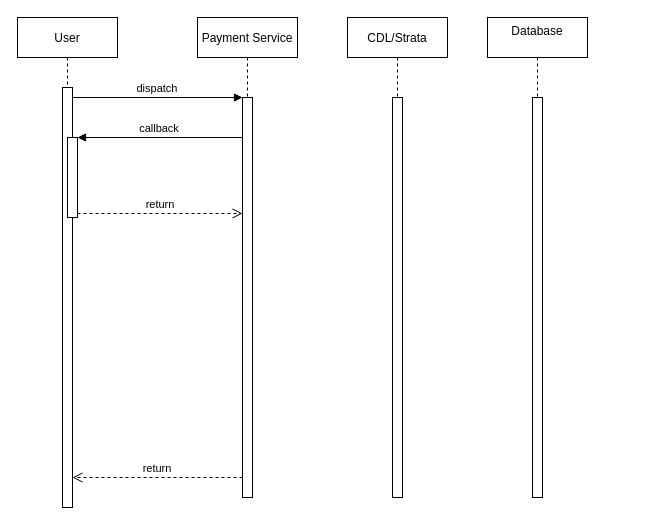
mickarena/airdrop keeps this draw.io diagram as Untitled Diagram.drawio. Above is the earlier version. Source tidied: cells renumbered, new cells numbered last; positions are measured from the earlier drawing's top-left corner, leaving out a move shared by most shapes. Both pictures are drawn from the tidied source at 100%, with x=0, y=0 at pixel (17, 17).
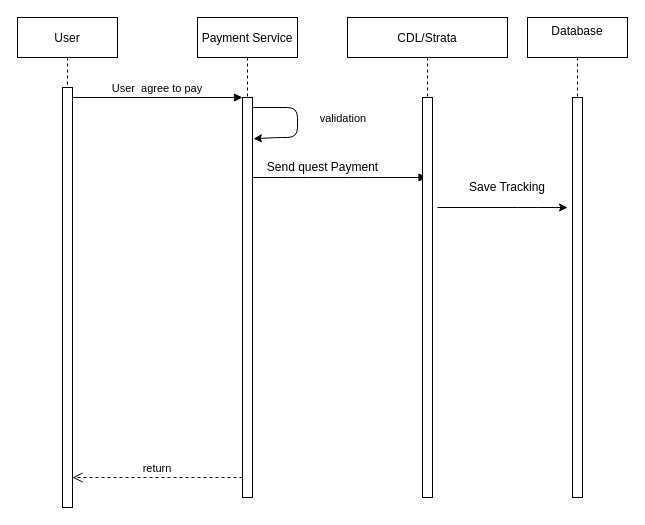
After the change.

Unchanged cells that the change refers to:
```xml
<mxCell id="2" value="User" style="shape=umlLifeline;perimeter=lifelinePerimeter;rounded=0;shadow=0;strokeWidth=1;" parent="1" vertex="1">
  <mxGeometry width="100" height="490" as="geometry" />
</mxCell>
<mxCell id="3" style="points=[];perimeter=orthogonalPerimeter;rounded=0;shadow=0;strokeWidth=1;" parent="2" vertex="1">
  <mxGeometry x="45" y="70" width="10" height="420" as="geometry" />
</mxCell>
<mxCell id="5" value="Payment Service" style="shape=umlLifeline;perimeter=lifelinePerimeter;rounded=0;shadow=0;strokeWidth=1;" parent="1" vertex="1">
  <mxGeometry x="180" width="100" height="480" as="geometry" />
</mxCell>
```

Change to the diagram source:
```diff
@@
-    <mxCell id="4" style="points=[];perimeter=orthogonalPerimeter;rounded=0;shadow=0;strokeWidth=1;" parent="2" vertex="1">
-      <mxGeometry x="50" y="120" width="10" height="80" as="geometry" />
-    </mxCell>
@@
-    <mxCell id="6" style="points=[];perimeter=orthogonalPerimeter;rounded=0;shadow=0;strokeWidth=1;" parent="5" vertex="1">
-      <mxGeometry x="45" y="80" width="10" height="400" as="geometry" />
-    </mxCell>
@@
-    <mxCell id="8" value="dispatch" style="verticalAlign=bottom;endArrow=block;entryX=0;entryY=0;shadow=0;strokeWidth=1;" parent="1" edge="1" source="3" target="6">
+    <mxCell id="8" value="User  agree to pay" style="verticalAlign=bottom;endArrow=block;entryX=0;entryY=0;shadow=0;strokeWidth=1;" parent="1" edge="1" source="3" target="6">
       <mxGeometry relative="1" as="geometry" />
     </mxCell>
-    <mxCell id="9" value="callback" style="verticalAlign=bottom;endArrow=block;entryX=1;entryY=0;shadow=0;strokeWidth=1;" parent="1" edge="1" source="6" target="4">
-      <mxGeometry relative="1" as="geometry" />
+    <mxCell id="9" value="validation" style="verticalAlign=bottom;endArrow=block;shadow=0;strokeWidth=1;" parent="1" edge="1" source="6" target="11">
+      <mxGeometry x="0.04" y="50" relative="1" as="geometry">
+        <Array as="points">
+          <mxPoint x="280" y="160" />
+          <mxPoint x="340" y="160" />
+        </Array>
+      </mxGeometry>
     </mxCell>
-    <mxCell id="10" value="return" style="verticalAlign=bottom;endArrow=open;dashed=1;endSize=8;exitX=1;exitY=0.95;shadow=0;strokeWidth=1;" parent="1" edge="1" source="4" target="6">
-      <mxGeometry relative="1" as="geometry" />
-    </mxCell>
     <mxCell id="11" value="CDL/Strata" style="shape=umlLifeline;perimeter=lifelinePerimeter;rounded=0;shadow=0;strokeWidth=1;" parent="1" vertex="1">
-      <mxGeometry x="330" width="100" height="480" as="geometry" />
+      <mxGeometry x="330" width="160" height="480" as="geometry" />
     </mxCell>
     <mxCell id="12" style="perimeter=orthogonalPerimeter;rounded=0;shadow=0;strokeWidth=1;" parent="11" vertex="1">
-      <mxGeometry x="45" y="80" width="10" height="400" as="geometry" />
+      <mxGeometry x="75" y="80" width="10" height="400" as="geometry" />
     </mxCell>
+    <mxCell id="15" value="Save Tracking" style="text;html=1;strokeColor=none;fillColor=none;align=center;verticalAlign=middle;whiteSpace=wrap;rounded=0;" parent="11" vertex="1">
+      <mxGeometry x="120" y="160" width="80" height="20" as="geometry" />
+    </mxCell>
     <mxCell id="13" value="Database&#10;" style="shape=umlLifeline;perimeter=lifelinePerimeter;rounded=0;shadow=0;strokeWidth=1;" parent="1" vertex="1">
-      <mxGeometry x="470" width="100" height="480" as="geometry" />
+      <mxGeometry x="510" width="100" height="480" as="geometry" />
     </mxCell>
@@
+    <mxCell id="16" style="endArrow=classic;html=1;startArrow=none;entryX=1.1;entryY=0.103;entryDx=0;entryDy=0;entryPerimeter=0;" parent="1" edge="1" source="6" target="6">
+      <mxGeometry relative="1" as="geometry">
+        <Array as="points">
+          <mxPoint x="280" y="90" />
+          <mxPoint x="280" y="120" />
+          <mxPoint x="260" y="120" />
+        </Array>
+      </mxGeometry>
+    </mxCell>
+    <mxCell id="6" style="points=[];perimeter=orthogonalPerimeter;rounded=0;shadow=0;strokeWidth=1;" parent="1" vertex="1">
+      <mxGeometry x="225" y="80" width="10" height="400" as="geometry" />
+    </mxCell>
+    <mxCell id="17" style="endArrow=none;html=1;" parent="1" edge="1" target="6">
+      <mxGeometry relative="1" as="geometry">
+        <mxPoint x="240" y="90" as="sourcePoint" />
+      </mxGeometry>
+    </mxCell>
+    <mxCell id="18" value="Send quest Payment" style="text;html=1;align=center;verticalAlign=middle;strokeColor=none;fillColor=none;" parent="1" vertex="1">
+      <mxGeometry x="240" y="140" width="130" height="20" as="geometry" />
+    </mxCell>
+    <mxCell id="19" style="endArrow=classic;html=1;" parent="1" edge="1">
+      <mxGeometry relative="1" as="geometry">
+        <mxPoint x="420" y="190" as="sourcePoint" />
+        <mxPoint x="550" y="190" as="targetPoint" />
+        <Array as="points">
+          <mxPoint x="510" y="190" />
+          <mxPoint x="550" y="190" />
+        </Array>
+      </mxGeometry>
+    </mxCell>
```
